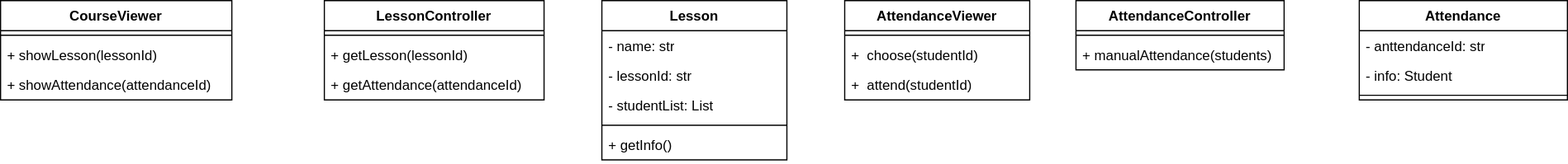
This is ClassDiagram 4.drawio.svg from ntmly/ThuchanhphattrienhethongTTNT, a draw.io export, as it was before one commit. Source tidied: cells renumbered, new cells last; positions are measured from the earlier drawing's top-left corner, leaving out a move shared by most shapes.
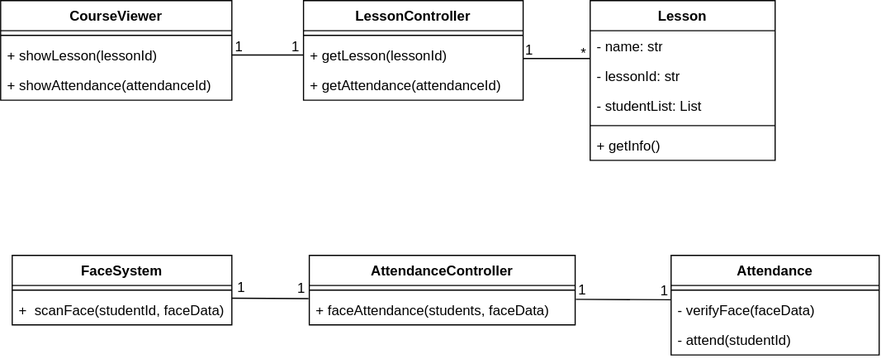
The same diagram one commit later.

Commit message:
Cập nhật ClassDiagram 4.drawio.svg

Diff of the diagram source:
```diff
@@ -2,6 +2,36 @@
   <root>
     <mxCell id="0" />
     <mxCell id="1" parent="0" />
+    <mxCell id="16" value="FaceSystem" style="swimlane;fontStyle=1;align=center;verticalAlign=top;horizontal=1;startSize=26;whiteSpace=wrap;html=1;" parent="1" vertex="1">
+      <mxGeometry x="10" y="220" width="190" height="60" as="geometry" />
+    </mxCell>
+    <mxCell id="17" style="line;strokeWidth=1;fillColor=none;align=left;verticalAlign=middle;spacingTop=-1;spacingLeft=3;spacingRight=3;labelPosition=right;strokeColor=inherit;" parent="16" vertex="1">
+      <mxGeometry y="26" width="190" height="8" as="geometry" />
+    </mxCell>
+    <mxCell id="18" value="+&amp;nbsp; scanFace(studentId, faceData)" style="text;strokeColor=none;fillColor=none;align=left;verticalAlign=top;spacingLeft=4;spacingRight=4;overflow=hidden;whiteSpace=wrap;html=1;" parent="16" vertex="1">
+      <mxGeometry y="34" width="190" height="26" as="geometry" />
+    </mxCell>
+    <mxCell id="20" value="Attendance" style="swimlane;fontStyle=1;align=center;verticalAlign=top;horizontal=1;startSize=26;whiteSpace=wrap;html=1;" parent="1" vertex="1">
+      <mxGeometry x="580" y="220" width="180" height="86" as="geometry" />
+    </mxCell>
+    <mxCell id="23" style="line;strokeWidth=1;fillColor=none;align=left;verticalAlign=middle;spacingTop=-1;spacingLeft=3;spacingRight=3;labelPosition=right;strokeColor=inherit;" parent="20" vertex="1">
+      <mxGeometry y="26" width="180" height="8" as="geometry" />
+    </mxCell>
+    <mxCell id="27" value="- verifyFace(faceData)" style="text;strokeColor=none;fillColor=none;align=left;verticalAlign=top;spacingLeft=4;spacingRight=4;overflow=hidden;points=[[0,0.5],[1,0.5]];portConstraint=eastwest;whiteSpace=wrap;html=1;" parent="20" vertex="1">
+      <mxGeometry y="34" width="180" height="26" as="geometry" />
+    </mxCell>
+    <mxCell id="28" value="- attend(studentId)" style="text;strokeColor=none;fillColor=none;align=left;verticalAlign=top;spacingLeft=4;spacingRight=4;overflow=hidden;whiteSpace=wrap;html=1;" parent="20" vertex="1">
+      <mxGeometry y="60" width="180" height="26" as="geometry" />
+    </mxCell>
+    <mxCell id="24" value="AttendanceController" style="swimlane;fontStyle=1;align=center;verticalAlign=top;horizontal=1;startSize=26;whiteSpace=wrap;html=1;" parent="1" vertex="1">
+      <mxGeometry x="267" y="220" width="230" height="60" as="geometry" />
+    </mxCell>
+    <mxCell id="25" style="line;strokeWidth=1;fillColor=none;align=left;verticalAlign=middle;spacingTop=-1;spacingLeft=3;spacingRight=3;labelPosition=right;strokeColor=inherit;" parent="24" vertex="1">
+      <mxGeometry y="26" width="230" height="8" as="geometry" />
+    </mxCell>
+    <mxCell id="26" value="+ faceAttendance(students, faceData)" style="text;strokeColor=none;fillColor=none;align=left;verticalAlign=top;spacingLeft=4;spacingRight=4;overflow=hidden;points=[[0,0.5],[1,0.5]];portConstraint=eastwest;whiteSpace=wrap;html=1;" parent="24" vertex="1">
+      <mxGeometry y="34" width="230" height="26" as="geometry" />
+    </mxCell>
     <mxCell id="2" value="CourseViewer" style="swimlane;fontStyle=1;align=center;verticalAlign=top;horizontal=1;startSize=26;whiteSpace=wrap;html=1;" parent="1" vertex="1">
       <mxGeometry width="200" height="86" as="geometry" />
     </mxCell>
@@ -15,7 +45,7 @@
       <mxGeometry y="60" width="200" height="26" as="geometry" />
     </mxCell>
     <mxCell id="6" value="LessonController" style="swimlane;fontStyle=1;align=center;verticalAlign=top;horizontal=1;startSize=26;whiteSpace=wrap;html=1;" parent="1" vertex="1">
-      <mxGeometry x="280" width="190" height="86" as="geometry" />
+      <mxGeometry x="262" width="190" height="86" as="geometry" />
     </mxCell>
     <mxCell id="7" style="line;strokeWidth=1;fillColor=none;align=left;verticalAlign=middle;spacingTop=-1;spacingLeft=3;spacingRight=3;labelPosition=right;strokeColor=inherit;" parent="6" vertex="1">
       <mxGeometry y="26" width="190" height="8" as="geometry" />
@@ -27,7 +57,7 @@
       <mxGeometry y="60" width="190" height="26" as="geometry" />
     </mxCell>
     <mxCell id="10" value="Lesson" style="swimlane;fontStyle=1;align=center;verticalAlign=top;horizontal=1;startSize=26;whiteSpace=wrap;html=1;" parent="1" vertex="1">
-      <mxGeometry x="520" width="160" height="138" as="geometry" />
+      <mxGeometry x="510" width="160" height="138" as="geometry" />
     </mxCell>
     <mxCell id="11" value="- name: str" style="text;strokeColor=none;fillColor=none;align=left;verticalAlign=top;spacingLeft=4;spacingRight=4;overflow=hidden;whiteSpace=wrap;html=1;" parent="10" vertex="1">
       <mxGeometry y="26" width="160" height="26" as="geometry" />
@@ -44,38 +74,48 @@
     <mxCell id="15" value="+ getInfo()" style="text;strokeColor=none;fillColor=none;align=left;verticalAlign=top;spacingLeft=4;spacingRight=4;overflow=hidden;whiteSpace=wrap;html=1;" parent="10" vertex="1">
       <mxGeometry y="112" width="160" height="26" as="geometry" />
     </mxCell>
-    <mxCell id="16" value="AttendanceViewer" style="swimlane;fontStyle=1;align=center;verticalAlign=top;horizontal=1;startSize=26;whiteSpace=wrap;html=1;" parent="1" vertex="1">
-      <mxGeometry x="730" width="160" height="86" as="geometry" />
-    </mxCell>
-    <mxCell id="17" style="line;strokeWidth=1;fillColor=none;align=left;verticalAlign=middle;spacingTop=-1;spacingLeft=3;spacingRight=3;labelPosition=right;strokeColor=inherit;" parent="16" vertex="1">
-      <mxGeometry y="26" width="160" height="8" as="geometry" />
-    </mxCell>
-    <mxCell id="18" value="+&amp;nbsp; choose(studentId)" style="text;strokeColor=none;fillColor=none;align=left;verticalAlign=top;spacingLeft=4;spacingRight=4;overflow=hidden;whiteSpace=wrap;html=1;" parent="16" vertex="1">
-      <mxGeometry y="34" width="160" height="26" as="geometry" />
-    </mxCell>
-    <mxCell id="19" value="+&amp;nbsp; attend(studentId)" style="text;strokeColor=none;fillColor=none;align=left;verticalAlign=top;spacingLeft=4;spacingRight=4;overflow=hidden;whiteSpace=wrap;html=1;" parent="16" vertex="1">
-      <mxGeometry y="60" width="160" height="26" as="geometry" />
-    </mxCell>
-    <mxCell id="20" value="Attendance" style="swimlane;fontStyle=1;align=center;verticalAlign=top;horizontal=1;startSize=26;whiteSpace=wrap;html=1;" parent="1" vertex="1">
-      <mxGeometry x="1175" width="180" height="86" as="geometry" />
-    </mxCell>
-    <mxCell id="21" value="- anttendanceId: str" style="text;strokeColor=none;fillColor=none;align=left;verticalAlign=top;spacingLeft=4;spacingRight=4;overflow=hidden;whiteSpace=wrap;html=1;" parent="20" vertex="1">
-      <mxGeometry y="26" width="180" height="26" as="geometry" />
-    </mxCell>
-    <mxCell id="22" value="- info: Student" style="text;strokeColor=none;fillColor=none;align=left;verticalAlign=top;spacingLeft=4;spacingRight=4;overflow=hidden;whiteSpace=wrap;html=1;" parent="20" vertex="1">
-      <mxGeometry y="52" width="180" height="26" as="geometry" />
-    </mxCell>
-    <mxCell id="23" style="line;strokeWidth=1;fillColor=none;align=left;verticalAlign=middle;spacingTop=-1;spacingLeft=3;spacingRight=3;labelPosition=right;strokeColor=inherit;" parent="20" vertex="1">
-      <mxGeometry y="78" width="180" height="8" as="geometry" />
-    </mxCell>
-    <mxCell id="24" value="AttendanceController" style="swimlane;fontStyle=1;align=center;verticalAlign=top;horizontal=1;startSize=26;whiteSpace=wrap;html=1;" parent="1" vertex="1">
-      <mxGeometry x="930" width="180" height="60" as="geometry" />
-    </mxCell>
-    <mxCell id="25" style="line;strokeWidth=1;fillColor=none;align=left;verticalAlign=middle;spacingTop=-1;spacingLeft=3;spacingRight=3;labelPosition=right;strokeColor=inherit;" parent="24" vertex="1">
-      <mxGeometry y="26" width="180" height="8" as="geometry" />
-    </mxCell>
-    <mxCell id="26" value="+ manualAttendance(students)" style="text;strokeColor=none;fillColor=none;align=left;verticalAlign=top;spacingLeft=4;spacingRight=4;overflow=hidden;points=[[0,0.5],[1,0.5]];portConstraint=eastwest;whiteSpace=wrap;html=1;" parent="24" vertex="1">
-      <mxGeometry y="34" width="180" height="26" as="geometry" />
-    </mxCell>
+    <mxCell id="29" style="endArrow=none;html=1;rounded=0;exitX=1;exitY=0.5;exitDx=0;exitDy=0;entryX=0;entryY=0.5;entryDx=0;entryDy=0;" parent="1" edge="1" source="4" target="8">
+      <mxGeometry relative="1" as="geometry" />
+    </mxCell>
+    <mxCell id="30" value="1" style="text;html=1;align=center;verticalAlign=middle;strokeColor=none;fillColor=none;" parent="1" vertex="1">
+      <mxGeometry x="191" y="25" width="30" height="30" as="geometry" />
+    </mxCell>
+    <mxCell id="31" value="1" style="text;html=1;align=center;verticalAlign=middle;strokeColor=none;fillColor=none;" parent="1" vertex="1">
+      <mxGeometry x="240" y="25" width="30" height="30" as="geometry" />
+    </mxCell>
+    <mxCell id="32" style="endArrow=none;html=1;rounded=0;" parent="1" edge="1">
+      <mxGeometry relative="1" as="geometry">
+        <mxPoint x="452" y="50" as="sourcePoint" />
+        <mxPoint x="510" y="50" as="targetPoint" />
+      </mxGeometry>
+    </mxCell>
+    <mxCell id="33" value="1" style="text;html=1;align=center;verticalAlign=middle;strokeColor=none;fillColor=none;" parent="1" vertex="1">
+      <mxGeometry x="442" y="28" width="30" height="30" as="geometry" />
+    </mxCell>
+    <mxCell id="34" value="*" style="text;html=1;align=center;verticalAlign=middle;strokeColor=none;fillColor=none;" parent="1" vertex="1">
+      <mxGeometry x="489" y="31" width="30" height="30" as="geometry" />
+    </mxCell>
+    <mxCell id="35" style="endArrow=none;html=1;rounded=0;entryX=-0.003;entryY=0.128;entryDx=0;entryDy=0;entryPerimeter=0;" parent="1" edge="1" target="26">
+      <mxGeometry relative="1" as="geometry">
+        <mxPoint x="200" y="257" as="sourcePoint" />
+      </mxGeometry>
+    </mxCell>
+    <mxCell id="36" value="1" style="text;html=1;align=center;verticalAlign=middle;strokeColor=none;fillColor=none;" parent="1" vertex="1">
+      <mxGeometry x="193" y="233" width="30" height="30" as="geometry" />
+    </mxCell>
+    <mxCell id="37" value="1" style="text;html=1;align=center;verticalAlign=middle;strokeColor=none;fillColor=none;" parent="1" vertex="1">
+      <mxGeometry x="245" y="234" width="30" height="30" as="geometry" />
+    </mxCell>
+    <mxCell id="38" style="endArrow=none;html=1;rounded=0;exitX=1.007;exitY=0.154;exitDx=0;exitDy=0;exitPerimeter=0;entryX=-0.001;entryY=0.167;entryDx=0;entryDy=0;entryPerimeter=0;" parent="1" edge="1" target="27">
+      <mxGeometry relative="1" as="geometry">
+        <mxPoint x="497.6" y="258" as="sourcePoint" />
+      </mxGeometry>
+    </mxCell>
+    <mxCell id="39" value="1" style="text;html=1;align=center;verticalAlign=middle;strokeColor=none;fillColor=none;" parent="1" vertex="1">
+      <mxGeometry x="488" y="235" width="30" height="30" as="geometry" />
+    </mxCell>
+    <mxCell id="40" value="1" style="text;html=1;align=center;verticalAlign=middle;strokeColor=none;fillColor=none;" parent="1" vertex="1">
+      <mxGeometry x="559" y="236" width="30" height="30" as="geometry" />
+    </mxCell>
   </root>
 </mxGraphModel>
```
